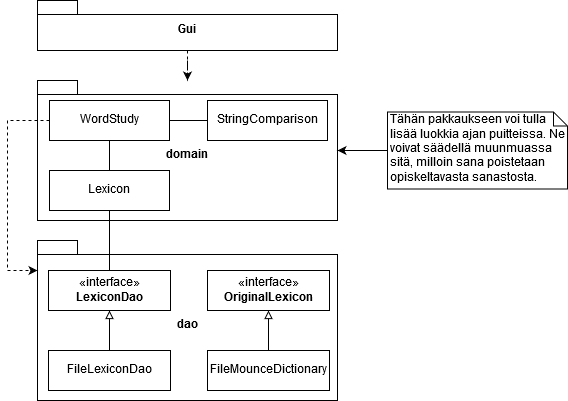
Before: dokumentointi/kuvat/sovelluslogiikka.png, a diagram exported from draw.io (jobpurho/ot-harjoitustyo). Source tidied: cells renumbered, new cells last; positions are measured from the earlier drawing's top-left corner, leaving out a move shared by most shapes.
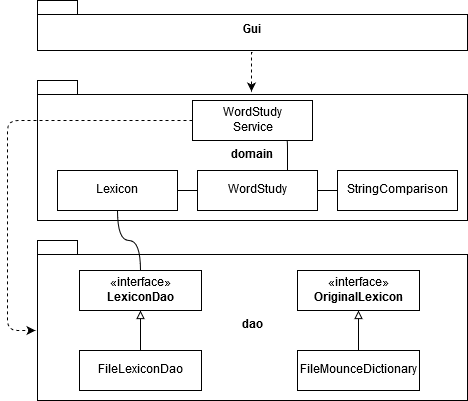
The same diagram one commit later.

The edit, as a diff of the source:
```diff
@@ -5,64 +5,69 @@
     <mxCell id="2" style="edgeStyle=orthogonalEdgeStyle;rounded=0;jettySize=auto;html=1;endArrow=none;endFill=0;strokeColor=#000000;startArrow=block;startFill=0;" parent="1" edge="1" source="4" target="5">
       <mxGeometry relative="1" as="geometry" />
     </mxCell>
-    <mxCell id="3" style="edgeStyle=orthogonalEdgeStyle;rounded=0;jettySize=auto;html=1;startArrow=none;startFill=0;endArrow=none;endFill=0;endSize=6;strokeColor=#000000;strokeWidth=1;" parent="1" edge="1" source="4" target="11">
+    <mxCell id="3" style="edgeStyle=orthogonalEdgeStyle;jettySize=auto;html=1;startArrow=none;startFill=0;endArrow=none;endFill=0;endSize=6;strokeColor=#000000;strokeWidth=1;curved=1;" parent="1" edge="1" source="4" target="11">
       <mxGeometry relative="1" as="geometry" />
     </mxCell>
     <mxCell id="4" value="«interface»&lt;br&gt;&lt;b&gt;LexiconDao&lt;/b&gt;" style="html=1;" parent="1" vertex="1">
-      <mxGeometry x="41" y="270" width="122" height="40" as="geometry" />
+      <mxGeometry x="72" y="270" width="122" height="40" as="geometry" />
     </mxCell>
     <mxCell id="5" value="FileLexiconDao" style="html=1;" parent="1" vertex="1">
-      <mxGeometry x="41" y="350" width="122" height="40" as="geometry" />
+      <mxGeometry x="72" y="350" width="122" height="40" as="geometry" />
     </mxCell>
     <mxCell id="6" value="dao" style="shape=folder;fontStyle=1;spacingTop=10;tabWidth=40;tabHeight=14;tabPosition=left;html=1;fillColor=none;" parent="1" vertex="1">
-      <mxGeometry x="30" y="240" width="300" height="160" as="geometry" />
+      <mxGeometry x="30" y="240" width="430" height="160" as="geometry" />
     </mxCell>
     <mxCell id="7" value="domain" style="shape=folder;fontStyle=1;spacingTop=10;tabWidth=40;tabHeight=14;tabPosition=left;html=1;fillColor=none;" parent="1" vertex="1">
-      <mxGeometry x="30" y="80" width="300" height="140" as="geometry" />
+      <mxGeometry x="30" y="80" width="430" height="140" as="geometry" />
     </mxCell>
-    <mxCell id="8" style="edgeStyle=orthogonalEdgeStyle;rounded=0;jettySize=auto;html=1;dashed=1;startArrow=none;startFill=0;endArrow=classic;endFill=1;endSize=6;strokeColor=#000000;strokeWidth=1;" parent="1" edge="1" source="9" target="7">
-      <mxGeometry relative="1" as="geometry" />
+    <mxCell id="8" style="edgeStyle=orthogonalEdgeStyle;rounded=0;jettySize=auto;html=1;dashed=1;startArrow=none;startFill=0;endArrow=classic;endFill=1;endSize=6;strokeColor=#000000;strokeWidth=1;entryX=0.498;entryY=0.079;entryDx=0;entryDy=0;entryPerimeter=0;" parent="1" edge="1" target="7">
+      <mxGeometry relative="1" as="geometry">
+        <mxPoint x="245" y="52" as="sourcePoint" />
+      </mxGeometry>
     </mxCell>
     <mxCell id="9" value="Gui" style="shape=folder;fontStyle=1;spacingTop=10;tabWidth=40;tabHeight=14;tabPosition=left;html=1;fillColor=none;" parent="1" vertex="1">
-      <mxGeometry x="30" width="300" height="50" as="geometry" />
+      <mxGeometry x="30" width="430" height="50" as="geometry" />
     </mxCell>
     <mxCell id="10" style="edgeStyle=orthogonalEdgeStyle;rounded=0;jettySize=auto;html=1;startArrow=none;startFill=0;endArrow=none;endFill=0;endSize=6;strokeColor=#000000;strokeWidth=1;" parent="1" edge="1" source="11" target="14">
       <mxGeometry relative="1" as="geometry" />
     </mxCell>
     <mxCell id="11" value="Lexicon" style="html=1;fillColor=none;" parent="1" vertex="1">
-      <mxGeometry x="42" y="170" width="120" height="40" as="geometry" />
+      <mxGeometry x="50" y="170" width="120" height="40" as="geometry" />
     </mxCell>
     <mxCell id="12" style="edgeStyle=orthogonalEdgeStyle;rounded=0;jettySize=auto;html=1;startArrow=none;startFill=0;endArrow=none;endFill=0;endSize=6;strokeColor=#000000;strokeWidth=1;" parent="1" edge="1" source="14" target="15">
       <mxGeometry relative="1" as="geometry" />
     </mxCell>
-    <mxCell id="13" style="edgeStyle=orthogonalEdgeStyle;rounded=0;jettySize=auto;html=1;startArrow=none;startFill=0;endArrow=classic;endFill=1;endSize=6;strokeColor=#000000;strokeWidth=1;dashed=1;" parent="1" edge="1" source="14" target="6">
-      <mxGeometry relative="1" as="geometry">
-        <Array as="points">
-          <mxPoint y="120" />
-          <mxPoint y="270" />
-        </Array>
-      </mxGeometry>
-    </mxCell>
     <mxCell id="14" value="&lt;div&gt;WordStudy&lt;/div&gt;" style="html=1;fillColor=none;" parent="1" vertex="1">
-      <mxGeometry x="42" y="100" width="120" height="40" as="geometry" />
+      <mxGeometry x="190" y="170" width="120" height="40" as="geometry" />
     </mxCell>
     <mxCell id="15" value="&lt;div&gt;StringComparison&lt;/div&gt;" style="html=1;fillColor=none;" parent="1" vertex="1">
-      <mxGeometry x="200" y="100" width="120" height="40" as="geometry" />
+      <mxGeometry x="330" y="170" width="120" height="40" as="geometry" />
     </mxCell>
-    <mxCell id="16" style="edgeStyle=orthogonalEdgeStyle;rounded=0;jettySize=auto;html=1;startArrow=none;startFill=0;endArrow=classic;endFill=1;endSize=6;strokeColor=#000000;strokeWidth=1;" parent="1" edge="1" source="17" target="7">
-      <mxGeometry relative="1" as="geometry" />
-    </mxCell>
-    <mxCell id="17" value="Tähän pakkaukseen voi tulla lisää luokkia ajan puitteissa. Ne voivat säädellä muunmuassa sitä, milloin sana poistetaan opiskeltavasta sanastosta." style="shape=note;whiteSpace=wrap;html=1;size=14;verticalAlign=top;align=left;spacingTop=-6;fillColor=none;" parent="1" vertex="1">
-      <mxGeometry x="380" y="111.5" width="180" height="77" as="geometry" />
-    </mxCell>
     <mxCell id="18" value="FileMounceDictionary" style="html=1;" parent="1" vertex="1">
-      <mxGeometry x="200" y="350" width="122" height="40" as="geometry" />
+      <mxGeometry x="290" y="350" width="122" height="40" as="geometry" />
     </mxCell>
     <mxCell id="19" style="edgeStyle=orthogonalEdgeStyle;rounded=0;jettySize=auto;html=1;endArrow=none;endFill=0;startArrow=block;startFill=0;" parent="1" edge="1" source="20" target="18">
       <mxGeometry relative="1" as="geometry" />
     </mxCell>
     <mxCell id="20" value="«interface»&lt;br&gt;&lt;b&gt;OriginalLexicon&lt;/b&gt;" style="html=1;" parent="1" vertex="1">
-      <mxGeometry x="200" y="270" width="122" height="40" as="geometry" />
+      <mxGeometry x="290" y="270" width="122" height="40" as="geometry" />
     </mxCell>
+    <mxCell id="21" style="edgeStyle=orthogonalEdgeStyle;comic=0;jettySize=auto;html=1;endArrow=classic;endFill=1;exitX=0;exitY=0.5;exitDx=0;exitDy=0;dashed=1;" parent="1" edge="1" source="23">
+      <mxGeometry relative="1" as="geometry">
+        <mxPoint x="28" y="330" as="targetPoint" />
+        <Array as="points">
+          <mxPoint y="120" />
+          <mxPoint y="330" />
+        </Array>
+      </mxGeometry>
+    </mxCell>
+    <mxCell id="22" style="edgeStyle=orthogonalEdgeStyle;comic=0;jettySize=auto;html=1;endArrow=none;endFill=0;entryX=0.75;entryY=0;entryDx=0;entryDy=0;" parent="1" edge="1" target="14">
+      <mxGeometry relative="1" as="geometry">
+        <mxPoint x="279" y="140" as="sourcePoint" />
+      </mxGeometry>
+    </mxCell>
+    <mxCell id="23" value="&lt;div&gt;WordStudy&lt;/div&gt;Service" style="html=1;fillColor=none;" parent="1" vertex="1">
+      <mxGeometry x="185" y="100" width="120" height="40" as="geometry" />
+    </mxCell>
   </root>
 </mxGraphModel>
```
